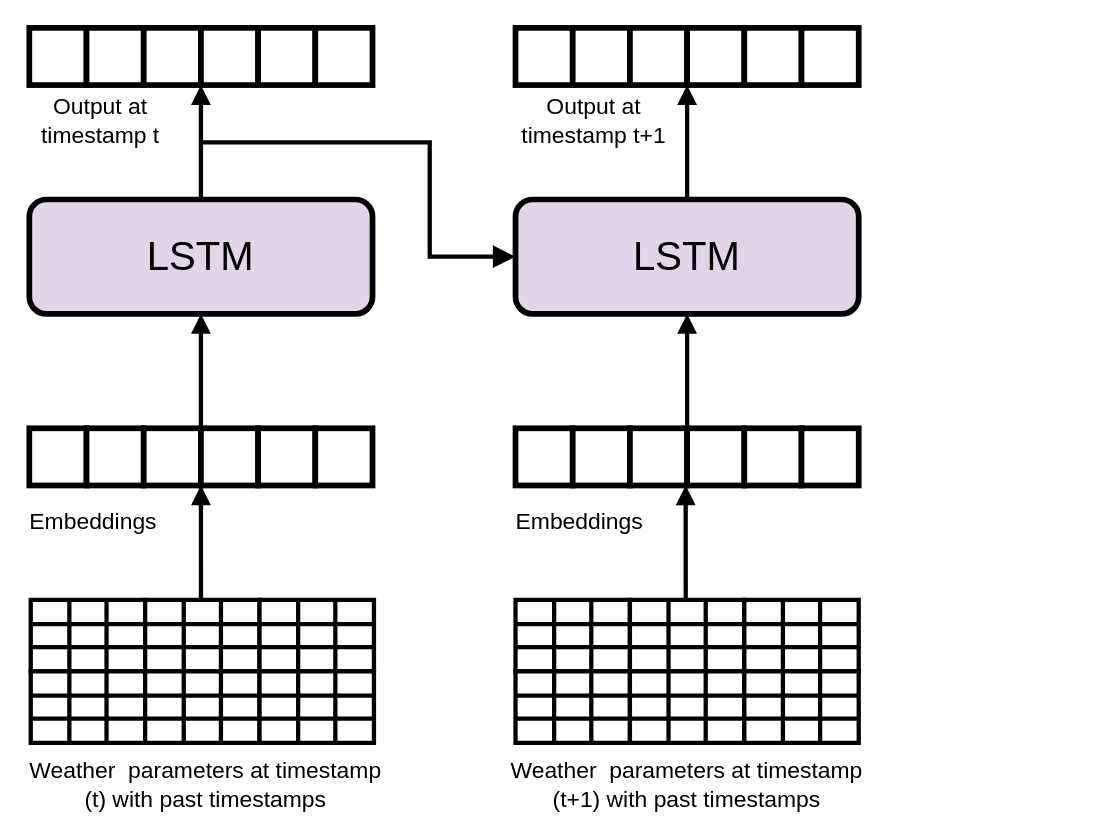
viniciusrpb/drawio_flowcharts keeps this draw.io diagram as carol.drawio. Above is the earlier version. Source tidied: cells renumbered, new cells numbered last; positions are measured from the earlier drawing's top-left corner, leaving out a move shared by most shapes. Both pictures are drawn from the tidied source at 143%, with x=0, y=0 at pixel (24, 27).
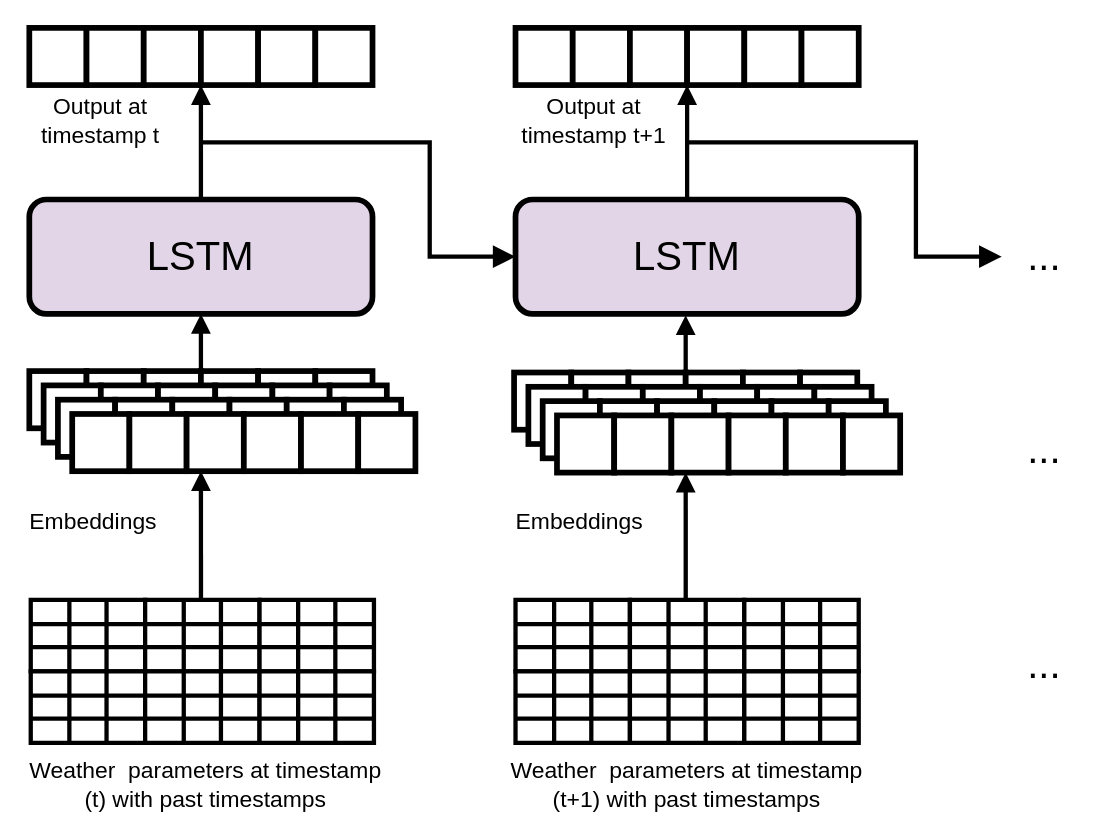
After the change.

The change refers to these unchanged cells:
```xml
<mxCell id="34" style="shape=tableRow;horizontal=0;startSize=0;swimlaneHead=0;swimlaneBody=0;strokeColor=inherit;top=0;left=0;bottom=0;right=0;fillColor=none;points=[[0,0.5],[1,0.5]];portConstraint=eastwest;fontSize=16;" parent="33" vertex="1">
  <mxGeometry width="80" height="17" as="geometry" />
</mxCell>
<mxCell id="100" value="LSTM" style="rounded=1;whiteSpace=wrap;html=1;strokeWidth=4;fontSize=28;fillColor=#e1d5e7;strokeColor=#000000;" parent="1" vertex="1">
  <mxGeometry x="343" y="120" width="240" height="80" as="geometry" />
</mxCell>
<mxCell id="132" style="shape=tableRow;horizontal=0;startSize=0;swimlaneHead=0;swimlaneBody=0;strokeColor=inherit;top=0;left=0;bottom=0;right=0;fillColor=none;points=[[0,0.5],[1,0.5]];portConstraint=eastwest;fontSize=16;" parent="131" vertex="1">
  <mxGeometry width="80" height="17" as="geometry" />
</mxCell>
```

What changed in the source:
```diff
@@
     <mxCell id="4" style="rounded=0;whiteSpace=wrap;html=1;strokeWidth=4;" parent="1" vertex="1">
-      <mxGeometry x="3" y="280" width="40" height="40" as="geometry" />
+      <mxGeometry x="3" y="240" width="40" height="40" as="geometry" />
     </mxCell>
     <mxCell id="5" style="rounded=0;whiteSpace=wrap;html=1;strokeWidth=4;" parent="1" vertex="1">
-      <mxGeometry x="43" y="280" width="40" height="40" as="geometry" />
+      <mxGeometry x="43" y="240" width="40" height="40" as="geometry" />
     </mxCell>
@@
     <mxCell id="7" style="rounded=0;whiteSpace=wrap;html=1;strokeWidth=4;" parent="1" vertex="1">
-      <mxGeometry x="83" y="280" width="40" height="40" as="geometry" />
+      <mxGeometry x="83" y="240" width="40" height="40" as="geometry" />
     </mxCell>
     <mxCell id="8" style="rounded=0;whiteSpace=wrap;html=1;strokeWidth=4;" parent="1" vertex="1">
-      <mxGeometry x="123" y="280" width="40" height="40" as="geometry" />
+      <mxGeometry x="123" y="240" width="40" height="40" as="geometry" />
     </mxCell>
     <mxCell id="9" style="rounded=0;whiteSpace=wrap;html=1;strokeWidth=4;" parent="1" vertex="1">
-      <mxGeometry x="163" y="280" width="40" height="40" as="geometry" />
+      <mxGeometry x="163" y="240" width="40" height="40" as="geometry" />
     </mxCell>
     <mxCell id="10" style="rounded=0;whiteSpace=wrap;html=1;strokeWidth=4;" parent="1" vertex="1">
-      <mxGeometry x="203" y="280" width="40" height="40" as="geometry" />
+      <mxGeometry x="203" y="240" width="40" height="40" as="geometry" />
     </mxCell>
@@
-    <mxCell id="101" style="rounded=0;whiteSpace=wrap;html=1;strokeWidth=4;" parent="1" vertex="1">
-      <mxGeometry x="343" y="280" width="40" height="40" as="geometry" />
-    </mxCell>
-    <mxCell id="102" style="rounded=0;whiteSpace=wrap;html=1;strokeWidth=4;" parent="1" vertex="1">
-      <mxGeometry x="383" y="280" width="40" height="40" as="geometry" />
-    </mxCell>
-    <mxCell id="103" style="rounded=0;whiteSpace=wrap;html=1;strokeWidth=4;" parent="1" vertex="1">
-      <mxGeometry x="423" y="280" width="40" height="40" as="geometry" />
-    </mxCell>
-    <mxCell id="104" style="edgeStyle=orthogonalEdgeStyle;rounded=0;jettySize=auto;html=1;exitX=0;exitY=0;exitDx=0;exitDy=0;entryX=0.5;entryY=1;entryDx=0;entryDy=0;strokeWidth=3;endArrow=block;endFill=1;" parent="1" edge="1" source="105" target="100">
-      <mxGeometry relative="1" as="geometry" />
-    </mxCell>
-    <mxCell id="105" style="rounded=0;whiteSpace=wrap;html=1;strokeWidth=4;" parent="1" vertex="1">
-      <mxGeometry x="463" y="280" width="40" height="40" as="geometry" />
-    </mxCell>
-    <mxCell id="106" style="rounded=0;whiteSpace=wrap;html=1;strokeWidth=4;" parent="1" vertex="1">
-      <mxGeometry x="503" y="280" width="40" height="40" as="geometry" />
-    </mxCell>
-    <mxCell id="107" style="rounded=0;whiteSpace=wrap;html=1;strokeWidth=4;" parent="1" vertex="1">
-      <mxGeometry x="543" y="280" width="40" height="40" as="geometry" />
-    </mxCell>
@@
-    <mxCell id="117" style="edgeStyle=orthogonalEdgeStyle;rounded=0;jettySize=auto;html=1;entryX=0;entryY=1;entryDx=0;entryDy=0;strokeWidth=3;endArrow=block;endFill=1;exitX=0.488;exitY=-0.059;exitDx=0;exitDy=0;exitPerimeter=0;" parent="1" edge="1" source="34" target="8">
+    <mxCell id="117" style="edgeStyle=orthogonalEdgeStyle;rounded=0;jettySize=auto;html=1;strokeWidth=3;endArrow=block;endFill=1;exitX=0.488;exitY=-0.059;exitDx=0;exitDy=0;exitPerimeter=0;entryX=0.25;entryY=1;entryDx=0;entryDy=0;" parent="1" edge="1" source="34" target="211">
       <mxGeometry relative="1" as="geometry" />
     </mxCell>
@@
-    <mxCell id="196" style="edgeStyle=orthogonalEdgeStyle;rounded=0;jettySize=auto;html=1;entryX=0;entryY=1;entryDx=0;entryDy=0;strokeWidth=3;endArrow=block;endFill=1;exitX=0.488;exitY=-0.059;exitDx=0;exitDy=0;exitPerimeter=0;" parent="1" edge="1" source="132">
-      <mxGeometry relative="1" as="geometry">
-        <mxPoint x="462" y="320" as="targetPoint" />
-      </mxGeometry>
+    <mxCell id="196" style="edgeStyle=orthogonalEdgeStyle;rounded=0;jettySize=auto;html=1;entryX=0.25;entryY=1;entryDx=0;entryDy=0;strokeWidth=3;endArrow=block;endFill=1;exitX=0.488;exitY=-0.059;exitDx=0;exitDy=0;exitPerimeter=0;" parent="1" edge="1" source="132" target="236">
+      <mxGeometry relative="1" as="geometry" />
     </mxCell>
+    <mxCell id="197" style="rounded=0;whiteSpace=wrap;html=1;strokeWidth=4;" parent="1" vertex="1">
+      <mxGeometry x="13" y="250" width="40" height="40" as="geometry" />
+    </mxCell>
+    <mxCell id="198" style="rounded=0;whiteSpace=wrap;html=1;strokeWidth=4;" parent="1" vertex="1">
+      <mxGeometry x="53" y="250" width="40" height="40" as="geometry" />
+    </mxCell>
+    <mxCell id="199" style="rounded=0;whiteSpace=wrap;html=1;strokeWidth=4;" parent="1" vertex="1">
+      <mxGeometry x="93" y="250" width="40" height="40" as="geometry" />
+    </mxCell>
+    <mxCell id="200" style="rounded=0;whiteSpace=wrap;html=1;strokeWidth=4;" parent="1" vertex="1">
+      <mxGeometry x="133" y="250" width="40" height="40" as="geometry" />
+    </mxCell>
+    <mxCell id="201" style="rounded=0;whiteSpace=wrap;html=1;strokeWidth=4;" parent="1" vertex="1">
+      <mxGeometry x="173" y="250" width="40" height="40" as="geometry" />
+    </mxCell>
+    <mxCell id="202" style="rounded=0;whiteSpace=wrap;html=1;strokeWidth=4;" parent="1" vertex="1">
+      <mxGeometry x="213" y="250" width="40" height="40" as="geometry" />
+    </mxCell>
+    <mxCell id="203" style="rounded=0;whiteSpace=wrap;html=1;strokeWidth=4;" parent="1" vertex="1">
+      <mxGeometry x="23" y="260" width="40" height="40" as="geometry" />
+    </mxCell>
+    <mxCell id="204" style="rounded=0;whiteSpace=wrap;html=1;strokeWidth=4;" parent="1" vertex="1">
+      <mxGeometry x="63" y="260" width="40" height="40" as="geometry" />
+    </mxCell>
+    <mxCell id="205" style="rounded=0;whiteSpace=wrap;html=1;strokeWidth=4;" parent="1" vertex="1">
+      <mxGeometry x="103" y="260" width="40" height="40" as="geometry" />
+    </mxCell>
+    <mxCell id="206" style="rounded=0;whiteSpace=wrap;html=1;strokeWidth=4;" parent="1" vertex="1">
+      <mxGeometry x="143" y="260" width="40" height="40" as="geometry" />
+    </mxCell>
+    <mxCell id="207" style="rounded=0;whiteSpace=wrap;html=1;strokeWidth=4;" parent="1" vertex="1">
+      <mxGeometry x="183" y="260" width="40" height="40" as="geometry" />
+    </mxCell>
+    <mxCell id="208" style="rounded=0;whiteSpace=wrap;html=1;strokeWidth=4;" parent="1" vertex="1">
+      <mxGeometry x="223" y="260" width="40" height="40" as="geometry" />
+    </mxCell>
+    <mxCell id="209" style="rounded=0;whiteSpace=wrap;html=1;strokeWidth=4;" parent="1" vertex="1">
+      <mxGeometry x="33" y="270" width="40" height="40" as="geometry" />
+    </mxCell>
+    <mxCell id="210" style="rounded=0;whiteSpace=wrap;html=1;strokeWidth=4;" parent="1" vertex="1">
+      <mxGeometry x="73" y="270" width="40" height="40" as="geometry" />
+    </mxCell>
+    <mxCell id="211" style="rounded=0;whiteSpace=wrap;html=1;strokeWidth=4;" parent="1" vertex="1">
+      <mxGeometry x="113" y="270" width="40" height="40" as="geometry" />
+    </mxCell>
+    <mxCell id="212" style="rounded=0;whiteSpace=wrap;html=1;strokeWidth=4;" parent="1" vertex="1">
+      <mxGeometry x="153" y="270" width="40" height="40" as="geometry" />
+    </mxCell>
+    <mxCell id="213" style="rounded=0;whiteSpace=wrap;html=1;strokeWidth=4;" parent="1" vertex="1">
+      <mxGeometry x="193" y="270" width="40" height="40" as="geometry" />
+    </mxCell>
+    <mxCell id="214" style="rounded=0;whiteSpace=wrap;html=1;strokeWidth=4;" parent="1" vertex="1">
+      <mxGeometry x="233" y="270" width="40" height="40" as="geometry" />
+    </mxCell>
+    <mxCell id="215" style="rounded=0;whiteSpace=wrap;html=1;strokeWidth=4;" parent="1" vertex="1">
+      <mxGeometry x="342" y="241" width="40" height="40" as="geometry" />
+    </mxCell>
+    <mxCell id="216" style="rounded=0;whiteSpace=wrap;html=1;strokeWidth=4;" parent="1" vertex="1">
+      <mxGeometry x="382" y="241" width="40" height="40" as="geometry" />
+    </mxCell>
+    <mxCell id="217" style="edgeStyle=orthogonalEdgeStyle;rounded=0;jettySize=auto;html=1;exitX=1;exitY=0;exitDx=0;exitDy=0;entryX=0.5;entryY=1;entryDx=0;entryDy=0;strokeWidth=3;endArrow=block;endFill=1;" parent="1" edge="1" source="218">
+      <mxGeometry relative="1" as="geometry">
+        <mxPoint x="462" y="201" as="targetPoint" />
+      </mxGeometry>
+    </mxCell>
+    <mxCell id="218" style="rounded=0;whiteSpace=wrap;html=1;strokeWidth=4;" parent="1" vertex="1">
+      <mxGeometry x="422" y="241" width="40" height="40" as="geometry" />
+    </mxCell>
+    <mxCell id="219" style="rounded=0;whiteSpace=wrap;html=1;strokeWidth=4;" parent="1" vertex="1">
+      <mxGeometry x="462" y="241" width="40" height="40" as="geometry" />
+    </mxCell>
+    <mxCell id="220" style="rounded=0;whiteSpace=wrap;html=1;strokeWidth=4;" parent="1" vertex="1">
+      <mxGeometry x="502" y="241" width="40" height="40" as="geometry" />
+    </mxCell>
+    <mxCell id="221" style="rounded=0;whiteSpace=wrap;html=1;strokeWidth=4;" parent="1" vertex="1">
+      <mxGeometry x="542" y="241" width="40" height="40" as="geometry" />
+    </mxCell>
+    <mxCell id="222" style="rounded=0;whiteSpace=wrap;html=1;strokeWidth=4;" parent="1" vertex="1">
+      <mxGeometry x="352" y="251" width="40" height="40" as="geometry" />
+    </mxCell>
+    <mxCell id="223" style="rounded=0;whiteSpace=wrap;html=1;strokeWidth=4;" parent="1" vertex="1">
+      <mxGeometry x="392" y="251" width="40" height="40" as="geometry" />
+    </mxCell>
+    <mxCell id="224" style="rounded=0;whiteSpace=wrap;html=1;strokeWidth=4;" parent="1" vertex="1">
+      <mxGeometry x="432" y="251" width="40" height="40" as="geometry" />
+    </mxCell>
+    <mxCell id="225" style="rounded=0;whiteSpace=wrap;html=1;strokeWidth=4;" parent="1" vertex="1">
+      <mxGeometry x="472" y="251" width="40" height="40" as="geometry" />
+    </mxCell>
+    <mxCell id="226" style="rounded=0;whiteSpace=wrap;html=1;strokeWidth=4;" parent="1" vertex="1">
+      <mxGeometry x="512" y="251" width="40" height="40" as="geometry" />
+    </mxCell>
+    <mxCell id="227" style="rounded=0;whiteSpace=wrap;html=1;strokeWidth=4;" parent="1" vertex="1">
+      <mxGeometry x="552" y="251" width="40" height="40" as="geometry" />
+    </mxCell>
+    <mxCell id="228" style="rounded=0;whiteSpace=wrap;html=1;strokeWidth=4;" parent="1" vertex="1">
+      <mxGeometry x="362" y="261" width="40" height="40" as="geometry" />
+    </mxCell>
+    <mxCell id="229" style="rounded=0;whiteSpace=wrap;html=1;strokeWidth=4;" parent="1" vertex="1">
+      <mxGeometry x="402" y="261" width="40" height="40" as="geometry" />
+    </mxCell>
+    <mxCell id="230" style="rounded=0;whiteSpace=wrap;html=1;strokeWidth=4;" parent="1" vertex="1">
+      <mxGeometry x="442" y="261" width="40" height="40" as="geometry" />
+    </mxCell>
+    <mxCell id="231" style="rounded=0;whiteSpace=wrap;html=1;strokeWidth=4;" parent="1" vertex="1">
+      <mxGeometry x="482" y="261" width="40" height="40" as="geometry" />
+    </mxCell>
+    <mxCell id="232" style="rounded=0;whiteSpace=wrap;html=1;strokeWidth=4;" parent="1" vertex="1">
+      <mxGeometry x="522" y="261" width="40" height="40" as="geometry" />
+    </mxCell>
+    <mxCell id="233" style="rounded=0;whiteSpace=wrap;html=1;strokeWidth=4;" parent="1" vertex="1">
+      <mxGeometry x="562" y="261" width="40" height="40" as="geometry" />
+    </mxCell>
+    <mxCell id="234" style="rounded=0;whiteSpace=wrap;html=1;strokeWidth=4;" parent="1" vertex="1">
+      <mxGeometry x="372" y="271" width="40" height="40" as="geometry" />
+    </mxCell>
+    <mxCell id="235" style="rounded=0;whiteSpace=wrap;html=1;strokeWidth=4;" parent="1" vertex="1">
+      <mxGeometry x="412" y="271" width="40" height="40" as="geometry" />
+    </mxCell>
+    <mxCell id="236" style="rounded=0;whiteSpace=wrap;html=1;strokeWidth=4;" parent="1" vertex="1">
+      <mxGeometry x="452" y="271" width="40" height="40" as="geometry" />
+    </mxCell>
+    <mxCell id="237" style="rounded=0;whiteSpace=wrap;html=1;strokeWidth=4;" parent="1" vertex="1">
+      <mxGeometry x="492" y="271" width="40" height="40" as="geometry" />
+    </mxCell>
+    <mxCell id="238" style="rounded=0;whiteSpace=wrap;html=1;strokeWidth=4;" parent="1" vertex="1">
+      <mxGeometry x="532" y="271" width="40" height="40" as="geometry" />
+    </mxCell>
+    <mxCell id="239" style="rounded=0;whiteSpace=wrap;html=1;strokeWidth=4;" parent="1" vertex="1">
+      <mxGeometry x="572" y="271" width="40" height="40" as="geometry" />
+    </mxCell>
+    <mxCell id="240" style="edgeStyle=segmentEdgeStyle;endArrow=block;html=1;curved=0;rounded=0;endSize=8;startSize=8;entryX=0;entryY=0.5;entryDx=0;entryDy=0;strokeWidth=3;endFill=1;" parent="1" edge="1">
+      <mxGeometry relative="1" as="geometry">
+        <mxPoint x="463" y="80" as="sourcePoint" />
+        <mxPoint x="683" y="160" as="targetPoint" />
+        <Array as="points">
+          <mxPoint x="623" y="80" />
+          <mxPoint x="623" y="160" />
+        </Array>
+      </mxGeometry>
+    </mxCell>
+    <mxCell id="241" value="..." style="text;html=1;strokeColor=none;fillColor=none;align=center;verticalAlign=middle;whiteSpace=wrap;rounded=0;fontSize=28;" parent="1" vertex="1">
+      <mxGeometry x="683" y="145" width="60" height="30" as="geometry" />
+    </mxCell>
+    <mxCell id="242" value="..." style="text;html=1;strokeColor=none;fillColor=none;align=center;verticalAlign=middle;whiteSpace=wrap;rounded=0;fontSize=28;" parent="1" vertex="1">
+      <mxGeometry x="683" y="430" width="60" height="30" as="geometry" />
+    </mxCell>
+    <mxCell id="243" value="..." style="text;html=1;strokeColor=none;fillColor=none;align=center;verticalAlign=middle;whiteSpace=wrap;rounded=0;fontSize=28;" parent="1" vertex="1">
+      <mxGeometry x="683" y="280" width="60" height="30" as="geometry" />
+    </mxCell>
```
